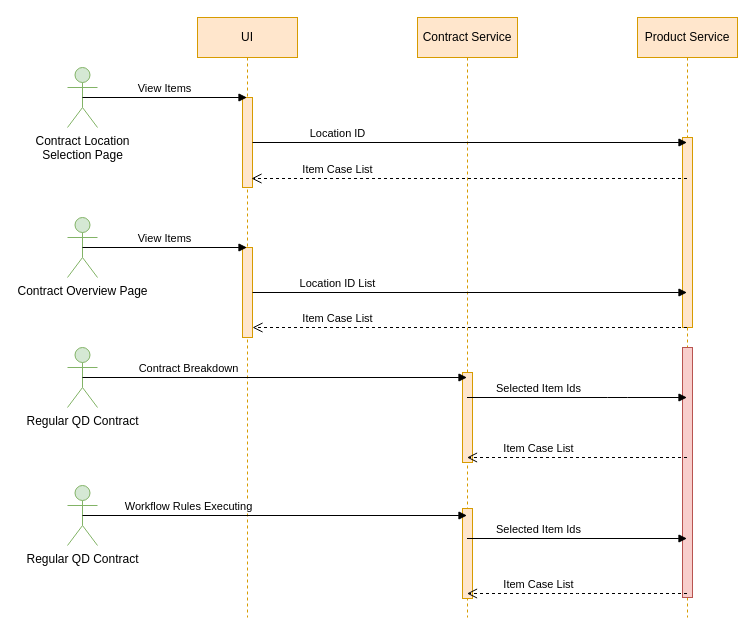
Above: item&location search api sequence diagram.drawio in dajin-kingland/UMLdiagrams (draw.io), before the change. Source tidied: cells renumbered, new cells numbered last; positions are measured from the earlier drawing's top-left corner, leaving out a move shared by most shapes. Both pictures are drawn from the tidied source at 100%, with x=0, y=0 at pixel (67, 17).
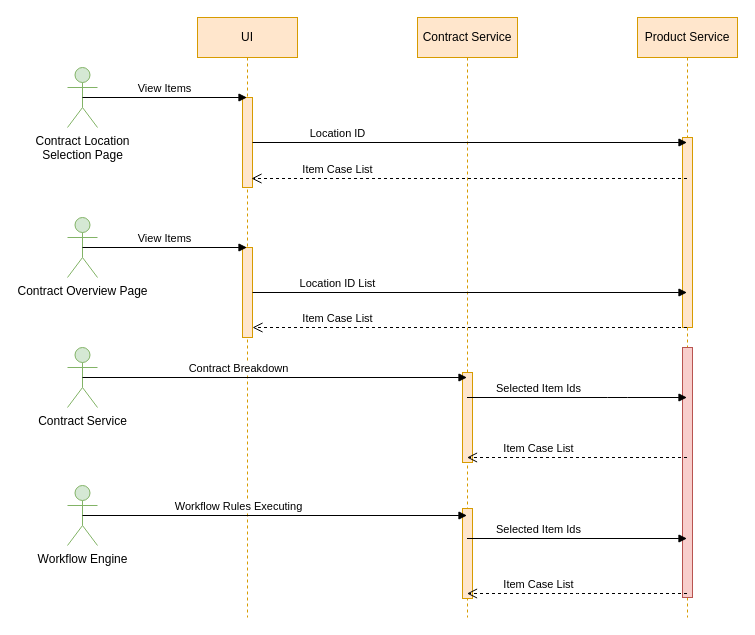
Above is the later version.

The edit, as a diff of the source:
```diff
@@
-    <mxCell id="17" value="Regular QD Contract" style="shape=umlActor;verticalLabelPosition=bottom;verticalAlign=top;html=1;fillColor=#d5e8d4;strokeColor=#82b366;" parent="1" vertex="1">
+    <mxCell id="17" value="Contract Service" style="shape=umlActor;verticalLabelPosition=bottom;verticalAlign=top;html=1;fillColor=#d5e8d4;strokeColor=#82b366;" parent="1" vertex="1">
       <mxGeometry y="330" width="30" height="60" as="geometry" />
     </mxCell>
@@
     <mxCell id="19" value="Contract Breakdown" style="html=1;verticalAlign=bottom;endArrow=block;exitX=0.5;exitY=0.5;exitDx=0;exitDy=0;exitPerimeter=0;" parent="1" edge="1" source="17">
-      <mxGeometry x="-0.45" relative="1" as="geometry">
+      <mxGeometry x="-0.19" relative="1" as="geometry">
         <mxPoint x="399.5" y="360" as="targetPoint" />
       </mxGeometry>
     </mxCell>
@@
-    <mxCell id="23" value="Regular QD Contract" style="shape=umlActor;verticalLabelPosition=bottom;verticalAlign=top;html=1;fillColor=#d5e8d4;strokeColor=#82b366;" parent="1" vertex="1">
+    <mxCell id="23" value="Workflow Engine" style="shape=umlActor;verticalLabelPosition=bottom;verticalAlign=top;html=1;fillColor=#d5e8d4;strokeColor=#82b366;" parent="1" vertex="1">
       <mxGeometry y="468" width="30" height="60" as="geometry" />
     </mxCell>
     <mxCell id="24" value="Workflow Rules Executing" style="html=1;verticalAlign=bottom;endArrow=block;exitX=0.5;exitY=0.5;exitDx=0;exitDy=0;exitPerimeter=0;" parent="1" edge="1" source="23">
-      <mxGeometry x="-0.45" relative="1" as="geometry">
+      <mxGeometry x="-0.19" relative="1" as="geometry">
         <mxPoint x="399.5" y="498" as="targetPoint" />
       </mxGeometry>
     </mxCell>
```
